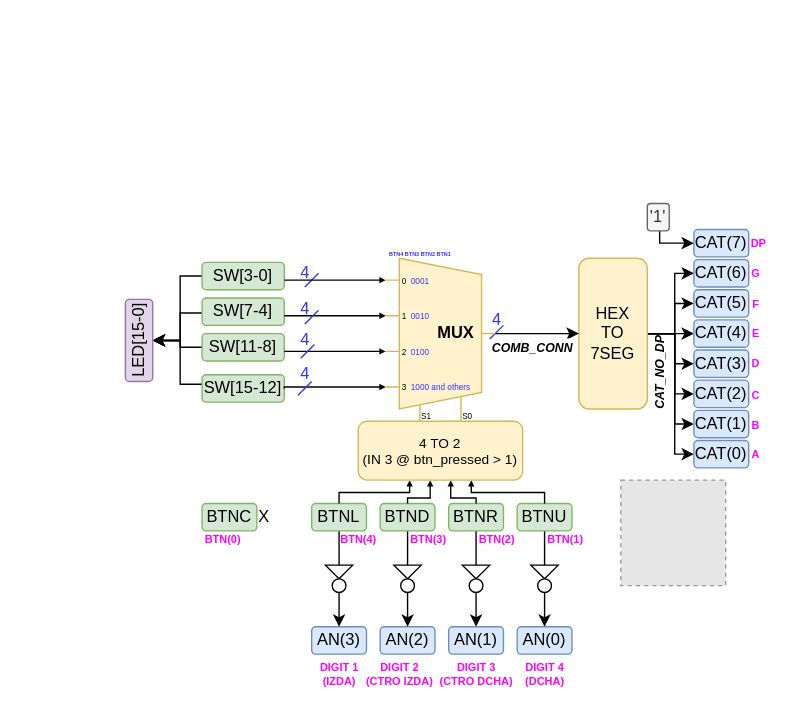
Above: projects/sandbox/diagram/project_diagram.drawio in carlosmgj/VICON (draw.io), before the change. Source tidied: cells renumbered, new cells numbered last; positions are measured from the earlier drawing's top-left corner, leaving out a move shared by most shapes. Both pictures are drawn from the tidied source at 137%, with x=0, y=0 at pixel (97, 203). Pictures stored in the file or linked from it are replaced by grey dashed boxes.
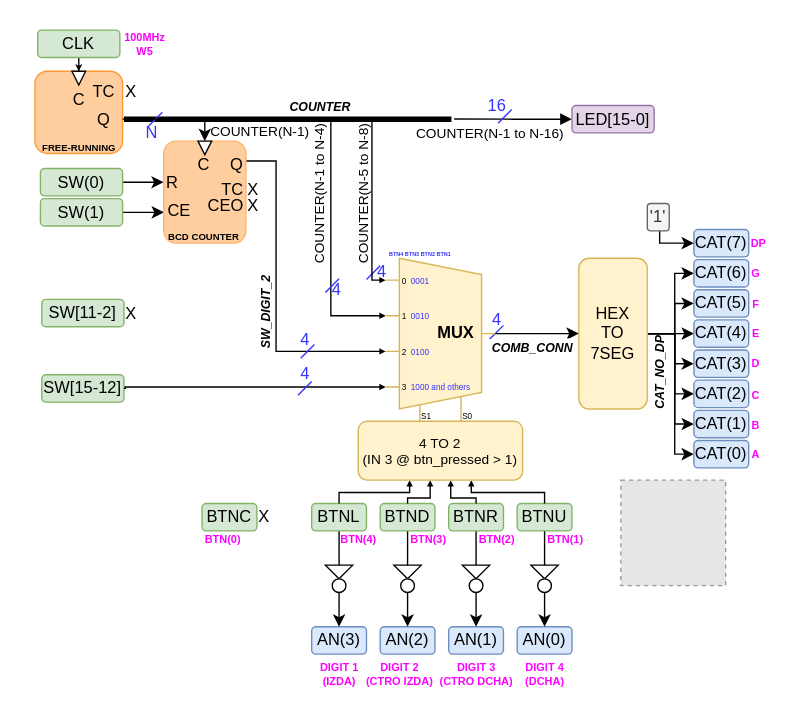
The same page after the edit.

Commit message:
CMGJ-13 Diagrama actualizado en base a funcionamiento de EC22

The change refers to these unchanged cells:
```xml
<mxCell id="44" value="&lt;div&gt;&lt;br&gt;&lt;/div&gt;" style="shadow=0;dashed=0;align=center;html=1;strokeWidth=1;shape=mxgraph.electrical.abstract.mux2;whiteSpace=wrap;selectorPins=2;fillColor=#fff2cc;strokeColor=#d6b656;overflow=visible;backgroundOutline=0;" parent="1" vertex="1">
  <mxGeometry x="210" y="40" width="80" height="120" as="geometry" />
</mxCell>
```

Change to the diagram source:
```diff
@@
     <mxCell id="2" style="endArrow=none;html=1;rounded=0;strokeColor=#3333FF;" parent="1" edge="1">
       <mxGeometry relative="1" as="geometry">
-        <mxPoint x="151" y="61" as="sourcePoint" />
-        <mxPoint x="161" y="51" as="targetPoint" />
+        <mxPoint x="196" y="55.5" as="sourcePoint" />
+        <mxPoint x="206" y="45.5" as="targetPoint" />
       </mxGeometry>
     </mxCell>
     <mxCell id="3" value="4" style="text;html=1;align=center;verticalAlign=middle;strokeColor=none;fillColor=none;fontColor=#3333FF;" parent="1" vertex="1">
-      <mxGeometry x="136" y="36" width="30" height="30" as="geometry" />
+      <mxGeometry x="192" y="35" width="30" height="30" as="geometry" />
     </mxCell>
@@
-    <mxCell id="6" style="edgeStyle=orthogonalEdgeStyle;rounded=0;jettySize=auto;html=1;entryX=0.5;entryY=1;entryDx=0;entryDy=0;" parent="1" edge="1" source="7" target="101">
-      <mxGeometry relative="1" as="geometry">
-        <Array as="points">
-          <mxPoint x="60" y="53" />
-          <mxPoint x="60" y="100" />
-        </Array>
-      </mxGeometry>
-    </mxCell>
+    <mxCell id="107" style="edgeStyle=orthogonalEdgeStyle;rounded=0;jettySize=auto;html=1;" parent="1" edge="1" source="7">
+      <mxGeometry relative="1" as="geometry">
+        <mxPoint x="48" y="-15.5" as="targetPoint" />
+      </mxGeometry>
+    </mxCell>
-    <mxCell id="7" value="SW[3-0]" style="rounded=1;whiteSpace=wrap;html=1;fillColor=#d5e8d4;strokeColor=#82b366;" parent="1" vertex="1">
-      <mxGeometry x="76" y="43" width="60" height="20" as="geometry" />
+    <mxCell id="7" value="SW(0)" style="rounded=1;whiteSpace=wrap;html=1;fillColor=#d5e8d4;strokeColor=#82b366;" parent="1" vertex="1">
+      <mxGeometry x="-42" y="-25.5" width="60" height="20" as="geometry" />
     </mxCell>
-    <mxCell id="8" style="edgeStyle=orthogonalEdgeStyle;rounded=0;orthogonalLoop=1;jettySize=auto;html=1;" parent="1" edge="1">
-      <mxGeometry relative="1" as="geometry">
-        <mxPoint x="76" y="80" as="sourcePoint" />
-        <mxPoint x="40" y="100" as="targetPoint" />
-        <Array as="points">
-          <mxPoint x="60" y="80" />
-          <mxPoint x="60" y="100" />
-        </Array>
-      </mxGeometry>
-    </mxCell>
-    <mxCell id="9" value="SW[7-4]" style="rounded=1;whiteSpace=wrap;html=1;fillColor=#d5e8d4;strokeColor=#82b366;" parent="1" vertex="1">
-      <mxGeometry x="76" y="69" width="60" height="20" as="geometry" />
+    <mxCell id="9" value="SW[11-2]" style="rounded=1;whiteSpace=wrap;html=1;fillColor=#d5e8d4;strokeColor=#82b366;" parent="1" vertex="1">
+      <mxGeometry x="-41" y="70" width="60" height="20" as="geometry" />
     </mxCell>
-    <mxCell id="10" style="edgeStyle=orthogonalEdgeStyle;rounded=0;jettySize=auto;html=1;entryX=0.5;entryY=1;entryDx=0;entryDy=0;" parent="1" edge="1" source="11" target="101">
-      <mxGeometry relative="1" as="geometry">
-        <Array as="points">
-          <mxPoint x="60" y="105" />
-          <mxPoint x="60" y="100" />
-        </Array>
-      </mxGeometry>
-    </mxCell>
-    <mxCell id="11" value="SW[11-8]" style="rounded=1;whiteSpace=wrap;html=1;fillColor=#d5e8d4;strokeColor=#82b366;" parent="1" vertex="1">
-      <mxGeometry x="76" y="95" width="60" height="20" as="geometry" />
-    </mxCell>
-    <mxCell id="12" style="edgeStyle=orthogonalEdgeStyle;rounded=0;jettySize=auto;html=1;entryX=0.5;entryY=1;entryDx=0;entryDy=0;" parent="1" edge="1" source="13" target="101">
-      <mxGeometry relative="1" as="geometry">
-        <Array as="points">
-          <mxPoint x="60" y="132" />
-          <mxPoint x="60" y="100" />
-        </Array>
-      </mxGeometry>
-    </mxCell>
     <mxCell id="13" value="SW[15-12]" style="rounded=1;whiteSpace=wrap;html=1;fillColor=#d5e8d4;strokeColor=#82b366;" parent="1" vertex="1">
-      <mxGeometry x="76" y="125" width="60" height="20" as="geometry" />
+      <mxGeometry x="-41" y="125" width="60" height="20" as="geometry" />
     </mxCell>
@@
-    <mxCell id="67" style="edgeStyle=orthogonalEdgeStyle;rounded=0;jettySize=auto;html=1;entryX=0;entryY=0.10833333333333334;entryDx=0;entryDy=3;entryPerimeter=0;endSize=2;endArrow=block;endFill=1;" parent="1" edge="1" source="7" target="44">
+    <mxCell id="67" style="edgeStyle=orthogonalEdgeStyle;rounded=0;jettySize=auto;html=1;entryX=0;entryY=0.10833333333333334;entryDx=0;entryDy=3;entryPerimeter=0;endSize=2;endArrow=block;endFill=1;" parent="1" edge="1" target="44">
       <mxGeometry relative="1" as="geometry">
+        <mxPoint x="200" y="-61" as="sourcePoint" />
         <Array as="points">
-          <mxPoint x="150" y="56" />
-          <mxPoint x="150" y="56" />
+          <mxPoint x="200" y="56" />
         </Array>
       </mxGeometry>
     </mxCell>
-    <mxCell id="68" style="edgeStyle=orthogonalEdgeStyle;rounded=0;jettySize=auto;html=1;entryX=0;entryY=0.325;entryDx=0;entryDy=3;entryPerimeter=0;endArrow=block;endFill=1;endSize=2;" parent="1" edge="1" source="9" target="44">
+    <mxCell id="68" style="edgeStyle=orthogonalEdgeStyle;rounded=0;jettySize=auto;html=1;entryX=0;entryY=0.325;entryDx=0;entryDy=3;entryPerimeter=0;endArrow=block;endFill=1;endSize=2;" parent="1" edge="1" target="44">
       <mxGeometry relative="1" as="geometry">
+        <mxPoint x="160" y="-61" as="sourcePoint" />
         <Array as="points">
-          <mxPoint x="140" y="82" />
-          <mxPoint x="140" y="82" />
+          <mxPoint x="170" y="-61" />
+          <mxPoint x="170" y="82" />
         </Array>
       </mxGeometry>
     </mxCell>
-    <mxCell id="69" style="edgeStyle=orthogonalEdgeStyle;rounded=0;orthogonalLoop=1;jettySize=auto;html=1;endArrow=block;endFill=1;endSize=2;" parent="1" edge="1">
+    <mxCell id="69" style="edgeStyle=orthogonalEdgeStyle;rounded=0;jettySize=auto;html=1;endArrow=block;endFill=1;endSize=2;" parent="1" edge="1" source="122">
       <mxGeometry relative="1" as="geometry">
-        <mxPoint x="136" y="108" as="sourcePoint" />
         <mxPoint x="210" y="108" as="targetPoint" />
         <Array as="points">
-          <mxPoint x="210" y="108" />
+          <mxPoint x="130" y="-31" />
+          <mxPoint x="130" y="108" />
         </Array>
       </mxGeometry>
     </mxCell>
-    <mxCell id="70" style="edgeStyle=orthogonalEdgeStyle;rounded=0;jettySize=auto;html=1;entryX=0;entryY=0.7583333333333334;entryDx=0;entryDy=3;entryPerimeter=0;endSize=2;endArrow=block;endFill=1;exitX=1;exitY=0.5;exitDx=0;exitDy=0;" parent="1" edge="1" source="13" target="44">
+    <mxCell id="70" style="edgeStyle=orthogonalEdgeStyle;rounded=0;orthogonalLoop=1;jettySize=auto;html=1;entryX=0;entryY=0.7583333333333334;entryDx=0;entryDy=3;entryPerimeter=0;endSize=2;endArrow=block;endFill=1;exitX=1;exitY=0.5;exitDx=0;exitDy=0;" parent="1" edge="1">
       <mxGeometry relative="1" as="geometry">
+        <mxPoint x="19" y="135" as="sourcePoint" />
+        <mxPoint x="210" y="134" as="targetPoint" />
         <Array as="points">
-          <mxPoint x="136" y="134" />
+          <mxPoint x="20" y="135" />
+          <mxPoint x="20" y="134" />
         </Array>
       </mxGeometry>
     </mxCell>
@@
     <mxCell id="76" style="endArrow=none;html=1;rounded=0;strokeColor=#3333FF;" parent="1" edge="1">
       <mxGeometry relative="1" as="geometry">
-        <mxPoint x="151" y="88" as="sourcePoint" />
-        <mxPoint x="161" y="78" as="targetPoint" />
+        <mxPoint x="166" y="65" as="sourcePoint" />
+        <mxPoint x="176" y="55" as="targetPoint" />
       </mxGeometry>
     </mxCell>
@@
     <mxCell id="78" value="4" style="text;html=1;align=center;verticalAlign=middle;strokeColor=none;fillColor=none;fontColor=#3333FF;" parent="1" vertex="1">
-      <mxGeometry x="136" y="62" width="30" height="30" as="geometry" />
+      <mxGeometry x="159" y="48" width="30" height="30" as="geometry" />
     </mxCell>
@@
-    <mxCell id="101" value="LED[15-0]" style="rounded=1;whiteSpace=wrap;html=1;fillColor=#e1d5e7;strokeColor=#9673a6;rotation=-90;" parent="1" vertex="1">
-      <mxGeometry y="90" width="60" height="20" as="geometry" />
-    </mxCell>
@@
+    <mxCell id="108" style="edgeStyle=orthogonalEdgeStyle;rounded=0;jettySize=auto;html=1;exitX=0;exitY=0.5;exitDx=0;exitDy=0;startArrow=block;startFill=1;endArrow=none;endFill=0;" parent="1" edge="1" source="101">
+      <mxGeometry relative="1" as="geometry">
+        <mxPoint x="260" y="-61.6" as="targetPoint" />
+      </mxGeometry>
+    </mxCell>
+    <mxCell id="101" value="LED[15-0]" style="rounded=1;whiteSpace=wrap;html=1;fillColor=#e1d5e7;strokeColor=#9673a6;rotation=0;" parent="1" vertex="1">
+      <mxGeometry x="346" y="-71.5" width="60" height="20" as="geometry" />
+    </mxCell>
+    <mxCell id="109" style="rounded=1;whiteSpace=wrap;html=1;fillColor=#FFCE9F;strokeColor=#FF9933;" parent="1" vertex="1">
+      <mxGeometry x="-46" y="-96.5" width="64" height="60" as="geometry" />
+    </mxCell>
+    <mxCell id="110" style="edgeStyle=orthogonalEdgeStyle;rounded=0;jettySize=auto;html=1;endSize=2;" parent="1" edge="1" source="111" target="109">
+      <mxGeometry relative="1" as="geometry" />
+    </mxCell>
+    <mxCell id="111" value="CLK" style="rounded=1;whiteSpace=wrap;html=1;fillColor=#d5e8d4;strokeColor=#82b366;" parent="1" vertex="1">
+      <mxGeometry x="-44" y="-126.5" width="60" height="20" as="geometry" />
+    </mxCell>
+    <mxCell id="112" style="triangle;whiteSpace=wrap;html=1;rotation=90;" parent="1" vertex="1">
+      <mxGeometry x="-19" y="-96.5" width="10" height="10" as="geometry" />
+    </mxCell>
+    <mxCell id="113" value="TC" style="text;html=1;align=center;verticalAlign=middle;strokeColor=none;fillColor=none;" parent="1" vertex="1">
+      <mxGeometry x="-16" y="-96.5" width="40" height="30" as="geometry" />
+    </mxCell>
+    <mxCell id="114" style="edgeStyle=orthogonalEdgeStyle;rounded=0;jettySize=auto;html=1;endArrow=none;endFill=0;strokeWidth=4;" parent="1" edge="1" source="115">
+      <mxGeometry relative="1" as="geometry">
+        <mxPoint x="258" y="-61.5" as="targetPoint" />
+      </mxGeometry>
+    </mxCell>
+    <mxCell id="115" value="Q" style="text;html=1;align=center;verticalAlign=middle;points=[];strokeColor=none;fillColor=none;" parent="1" vertex="1">
+      <mxGeometry x="-11" y="-76.5" width="30" height="30" as="geometry" />
+    </mxCell>
+    <mxCell id="116" value="X" style="text;html=1;align=center;verticalAlign=middle;strokeColor=none;fillColor=none;" parent="1" vertex="1">
+      <mxGeometry x="9" y="-96.5" width="30" height="30" as="geometry" />
+    </mxCell>
+    <mxCell id="117" value="N" style="text;html=1;align=center;verticalAlign=middle;strokeColor=none;fillColor=none;fontColor=#3333FF;" parent="1" vertex="1">
+      <mxGeometry x="24" y="-66.5" width="30" height="30" as="geometry" />
+    </mxCell>
+    <mxCell id="118" style="endArrow=none;html=1;rounded=0;strokeColor=#3333FF;" parent="1" edge="1">
+      <mxGeometry relative="1" as="geometry">
+        <mxPoint x="37" y="-56.5" as="sourcePoint" />
+        <mxPoint x="47" y="-66.5" as="targetPoint" />
+      </mxGeometry>
+    </mxCell>
+    <mxCell id="119" style="edgeStyle=orthogonalEdgeStyle;rounded=0;jettySize=auto;html=1;entryX=0.14;entryY=0.068;entryDx=0;entryDy=0;entryPerimeter=0;" parent="1" edge="1" source="120">
+      <mxGeometry relative="1" as="geometry">
+        <mxPoint x="48.2" y="6.5" as="targetPoint" />
+      </mxGeometry>
+    </mxCell>
+    <mxCell id="120" value="SW(1)" style="rounded=1;whiteSpace=wrap;html=1;fillColor=#d5e8d4;strokeColor=#82b366;" parent="1" vertex="1">
+      <mxGeometry x="-42" y="-3.5" width="60" height="20" as="geometry" />
+    </mxCell>
+    <mxCell id="121" value="X" style="text;html=1;align=center;verticalAlign=middle;strokeColor=none;fillColor=none;" parent="1" vertex="1">
+      <mxGeometry x="9" y="66" width="30" height="30" as="geometry" />
+    </mxCell>
+    <mxCell id="122" style="rounded=1;whiteSpace=wrap;html=1;fillColor=#FFCE9F;strokeColor=#FFB570;" parent="1" vertex="1">
+      <mxGeometry x="48" y="-45.5" width="60" height="74.5" as="geometry" />
+    </mxCell>
+    <mxCell id="123" style="triangle;whiteSpace=wrap;html=1;rotation=90;" parent="1" vertex="1">
+      <mxGeometry x="73" y="-45.5" width="10" height="10" as="geometry" />
+    </mxCell>
+    <mxCell id="124" value="C" style="text;html=1;align=center;verticalAlign=middle;strokeColor=none;fillColor=none;" parent="1" vertex="1">
+      <mxGeometry x="62" y="-43.5" width="30" height="30" as="geometry" />
+    </mxCell>
+    <mxCell id="125" style="endArrow=classic;html=1;rounded=0;entryX=0.5;entryY=0;entryDx=0;entryDy=0;exitX=0.967;exitY=0.498;exitDx=0;exitDy=0;exitPerimeter=0;" parent="1" edge="1" source="115" target="122">
+      <mxGeometry relative="1" as="geometry">
+        <Array as="points">
+          <mxPoint x="78" y="-61.5" />
+        </Array>
+      </mxGeometry>
+    </mxCell>
+    <mxCell id="126" value="&lt;font style=&quot;font-size: 10px;&quot;&gt;COUNTER(N-1)&lt;/font&gt;" style="text;html=1;align=center;verticalAlign=middle;strokeColor=none;fillColor=none;" parent="1" vertex="1">
+      <mxGeometry x="68" y="-68.5" width="100" height="30" as="geometry" />
+    </mxCell>
+    <mxCell id="127" value="Q" style="text;html=1;align=center;verticalAlign=middle;strokeColor=none;fillColor=none;" parent="1" vertex="1">
+      <mxGeometry x="86" y="-43.5" width="30" height="30" as="geometry" />
+    </mxCell>
+    <mxCell id="128" value="R" style="text;html=1;align=center;verticalAlign=middle;strokeColor=none;fillColor=none;" parent="1" vertex="1">
+      <mxGeometry x="39" y="-30.5" width="30" height="30" as="geometry" />
+    </mxCell>
+    <mxCell id="129" value="CE" style="text;html=1;align=center;verticalAlign=middle;strokeColor=none;fillColor=none;" parent="1" vertex="1">
+      <mxGeometry x="39" y="-9" width="40" height="30" as="geometry" />
+    </mxCell>
+    <mxCell id="130" value="TC" style="text;html=1;align=center;verticalAlign=middle;strokeColor=none;fillColor=none;" parent="1" vertex="1">
+      <mxGeometry x="78" y="-25.5" width="40" height="30" as="geometry" />
+    </mxCell>
+    <mxCell id="131" value="CEO" style="text;html=1;align=center;verticalAlign=middle;strokeColor=none;fillColor=none;" parent="1" vertex="1">
+      <mxGeometry x="68" y="-13.5" width="50" height="30" as="geometry" />
+    </mxCell>
+    <mxCell id="132" value="X" style="text;html=1;align=center;verticalAlign=middle;strokeColor=none;fillColor=none;" parent="1" vertex="1">
+      <mxGeometry x="98" y="-25.5" width="30" height="30" as="geometry" />
+    </mxCell>
+    <mxCell id="133" value="X" style="text;html=1;align=center;verticalAlign=middle;strokeColor=none;fillColor=none;" parent="1" vertex="1">
+      <mxGeometry x="98" y="-13.5" width="30" height="30" as="geometry" />
+    </mxCell>
+    <mxCell id="134" value="&lt;b style=&quot;font-size: 7px;&quot;&gt;&lt;font style=&quot;font-size: 7px;&quot;&gt;BCD COUNTER&lt;/font&gt;&lt;/b&gt;" style="text;html=1;align=center;verticalAlign=middle;strokeColor=none;fillColor=none;fontSize=7;" parent="1" vertex="1">
+      <mxGeometry x="37" y="14.5" width="80" height="20" as="geometry" />
+    </mxCell>
+    <mxCell id="135" value="&lt;font style=&quot;font-size: 10px;&quot;&gt;COUNTER(N-1 to N-4)&lt;/font&gt;" style="text;html=1;align=center;verticalAlign=middle;strokeColor=none;fillColor=none;rotation=-90;" parent="1" vertex="1">
+      <mxGeometry x="96" y="-21.5" width="130" height="30" as="geometry" />
+    </mxCell>
+    <mxCell id="136" value="&lt;font style=&quot;font-size: 10px;&quot;&gt;COUNTER(N-5 to N-8)&lt;/font&gt;" style="text;html=1;align=center;verticalAlign=middle;strokeColor=none;fillColor=none;rotation=-90;" parent="1" vertex="1">
+      <mxGeometry x="128" y="-21.5" width="130" height="30" as="geometry" />
+    </mxCell>
+    <mxCell id="137" value="&lt;font style=&quot;font-size: 10px;&quot;&gt;COUNTER(N-1 to N-16)&lt;/font&gt;" style="text;html=1;align=center;verticalAlign=middle;strokeColor=none;fillColor=none;" parent="1" vertex="1">
+      <mxGeometry x="221" y="-66.5" width="130" height="30" as="geometry" />
+    </mxCell>
+    <mxCell id="138" style="endArrow=none;html=1;rounded=0;strokeColor=#3333FF;" parent="1" edge="1">
+      <mxGeometry relative="1" as="geometry">
+        <mxPoint x="292" y="-58.5" as="sourcePoint" />
+        <mxPoint x="302" y="-68.5" as="targetPoint" />
+      </mxGeometry>
+    </mxCell>
+    <mxCell id="139" value="16" style="text;html=1;align=center;verticalAlign=middle;strokeColor=none;fillColor=none;fontColor=#3333FF;" parent="1" vertex="1">
+      <mxGeometry x="271" y="-86.5" width="40" height="30" as="geometry" />
+    </mxCell>
+    <mxCell id="140" value="100MHz&lt;br&gt;W5" style="text;html=1;align=center;verticalAlign=middle;strokeColor=none;fillColor=none;fontSize=8;fontStyle=1;fontColor=#FF00FF;" parent="1" vertex="1">
+      <mxGeometry x="9" y="-131.5" width="50" height="30" as="geometry" />
+    </mxCell>
+    <mxCell id="141" value="&lt;font style=&quot;font-size: 9px;&quot;&gt;COUNTER&lt;/font&gt;" style="edgeLabel;html=1;align=center;verticalAlign=middle;fontStyle=3;" parent="1" vertex="1">
+      <mxGeometry x="161" y="-71.5" as="geometry" />
+    </mxCell>
+    <mxCell id="142" value="&lt;font style=&quot;font-size: 9px;&quot;&gt;SW_DIGIT_2&lt;/font&gt;" style="edgeLabel;html=1;align=center;verticalAlign=middle;fontStyle=3;rotation=-90;" parent="1" vertex="1">
+      <mxGeometry x="121" y="81" as="geometry" />
+    </mxCell>
+    <mxCell id="143" value="C" style="text;html=1;align=center;verticalAlign=middle;strokeColor=none;fillColor=none;" parent="1" vertex="1">
+      <mxGeometry x="-29" y="-90.5" width="30" height="30" as="geometry" />
+    </mxCell>
+    <mxCell id="144" value="&lt;b style=&quot;font-size: 7px;&quot;&gt;&lt;font style=&quot;font-size: 7px;&quot;&gt;FREE-RUNNING&lt;/font&gt;&lt;/b&gt;&lt;div style=&quot;font-size: 7px;&quot;&gt;&lt;b style=&quot;font-size: 7px;&quot;&gt;&lt;font style=&quot;font-size: 7px;&quot;&gt;&lt;br style=&quot;font-size: 7px;&quot;&gt;&lt;/font&gt;&lt;/b&gt;&lt;/div&gt;" style="text;html=1;align=center;verticalAlign=middle;strokeColor=none;fillColor=none;fontSize=7;" parent="1" vertex="1">
+      <mxGeometry x="-54" y="-51.5" width="80" height="30" as="geometry" />
+    </mxCell>
```
